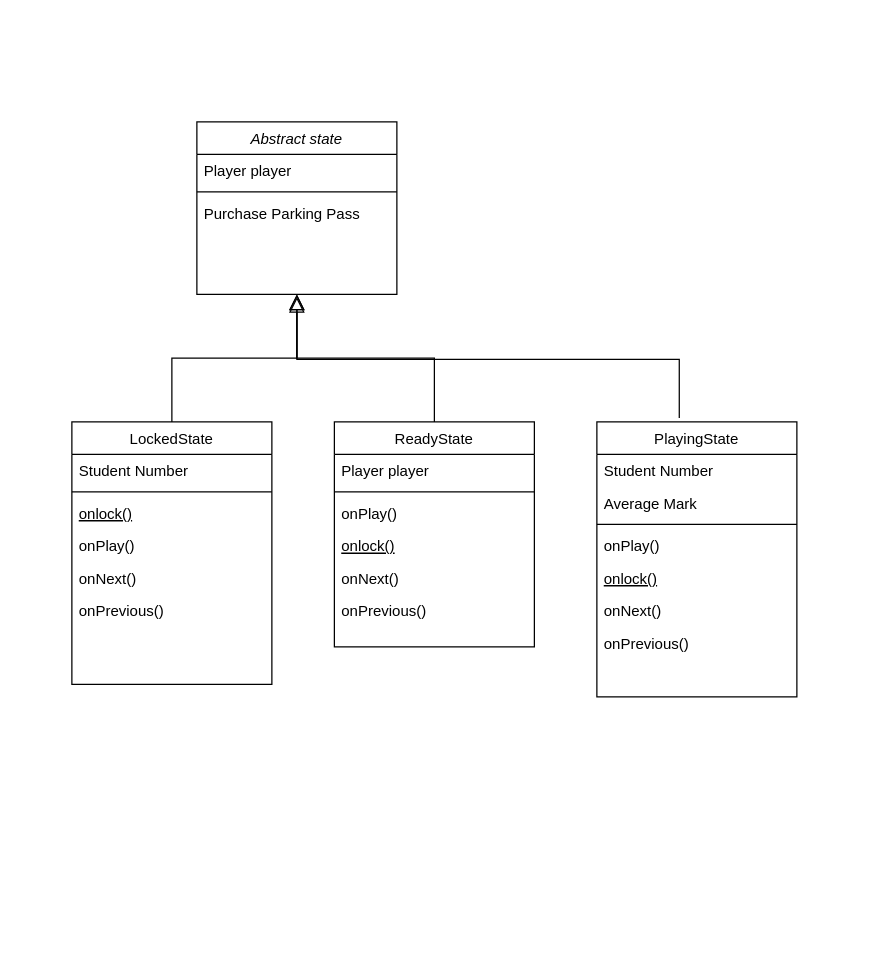
Above: DesignPattern/build/classes/gof/State/labWork/stateDiagram.drawio in mfarhankhann/Design-pattern (draw.io), before the change. Source tidied: cells renumbered, new cells numbered last; positions are measured from the earlier drawing's top-left corner, leaving out a move shared by most shapes. Both pictures are drawn from the tidied source at 125%, with x=0, y=0 at pixel (71, 121).
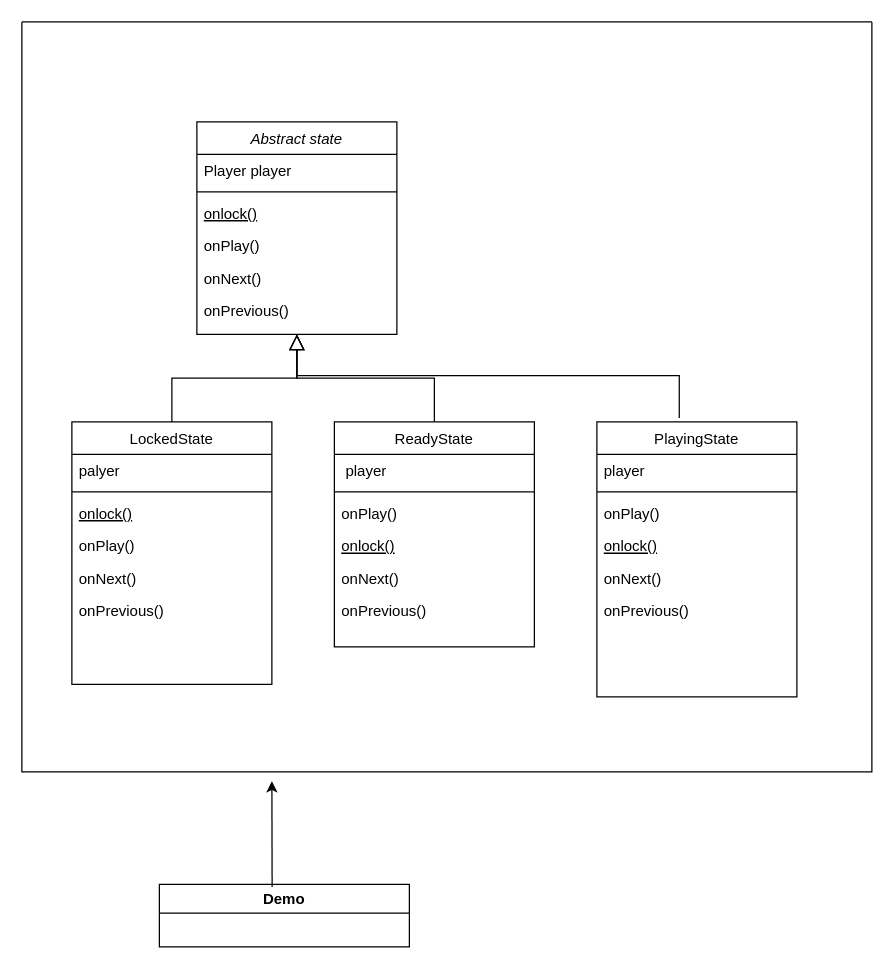
The same page after the edit.

The change refers to these unchanged cells:
```xml
<mxCell id="6" value="LockedState" style="swimlane;fontStyle=0;align=center;verticalAlign=top;horizontal=1;startSize=26;rounded=0;shadow=0;strokeWidth=1;" parent="1" vertex="1">
  <mxGeometry y="240" width="160" height="210" as="geometry" />
</mxCell>
<mxCell id="14" value="ReadyState" style="swimlane;fontStyle=0;align=center;verticalAlign=top;horizontal=1;startSize=26;rounded=0;shadow=0;strokeWidth=1;" parent="1" vertex="1">
  <mxGeometry x="210" y="240" width="160" height="180" as="geometry" />
</mxCell>
<mxCell id="22" value="PlayingState" style="swimlane;fontStyle=0;align=center;verticalAlign=top;horizontal=1;startSize=26;rounded=0;shadow=0;strokeWidth=1;" parent="1" vertex="1">
  <mxGeometry x="420" y="240" width="160" height="220" as="geometry" />
</mxCell>
```

The edit, as a diff of the source:
```diff
@@
     <mxCell id="2" value="Abstract state" style="swimlane;fontStyle=2;align=center;verticalAlign=top;horizontal=1;startSize=26;rounded=0;shadow=0;strokeWidth=1;" parent="1" vertex="1">
-      <mxGeometry x="100" width="160" height="138" as="geometry" />
+      <mxGeometry x="100" width="160" height="170" as="geometry" />
     </mxCell>
@@
-    <mxCell id="5" value="Purchase Parking Pass" style="text;align=left;verticalAlign=top;spacingLeft=4;spacingRight=4;overflow=hidden;" parent="2" vertex="1">
-      <mxGeometry y="60" width="160" height="26" as="geometry" />
-    </mxCell>
+    <mxCell id="31" value="onlock()" style="text;align=left;verticalAlign=top;spacingLeft=4;spacingRight=4;overflow=hidden;fontStyle=4;" parent="2" vertex="1">
+      <mxGeometry y="60" width="160" height="26" as="geometry" />
+    </mxCell>
+    <mxCell id="32" value="onPlay()" style="text;align=left;verticalAlign=top;spacingLeft=4;spacingRight=4;overflow=hidden;" parent="2" vertex="1">
+      <mxGeometry y="86" width="160" height="26" as="geometry" />
+    </mxCell>
+    <mxCell id="33" value="onNext()" style="text;align=left;verticalAlign=top;spacingLeft=4;spacingRight=4;overflow=hidden;" parent="2" vertex="1">
+      <mxGeometry y="112" width="160" height="26" as="geometry" />
+    </mxCell>
+    <mxCell id="34" value="onPrevious()" style="text;align=left;verticalAlign=top;spacingLeft=4;spacingRight=4;overflow=hidden;" parent="2" vertex="1">
+      <mxGeometry y="138" width="160" height="26" as="geometry" />
+    </mxCell>
@@
-    <mxCell id="7" value="Student Number" style="text;align=left;verticalAlign=top;spacingLeft=4;spacingRight=4;overflow=hidden;" parent="6" vertex="1">
+    <mxCell id="7" value="palyer" style="text;align=left;verticalAlign=top;spacingLeft=4;spacingRight=4;overflow=hidden;" parent="6" vertex="1">
       <mxGeometry y="26" width="160" height="26" as="geometry" />
     </mxCell>
@@
-    <mxCell id="15" value="Player player" style="text;align=left;verticalAlign=top;spacingLeft=4;spacingRight=4;overflow=hidden;" parent="14" vertex="1">
+    <mxCell id="15" value=" player" style="text;align=left;verticalAlign=top;spacingLeft=4;spacingRight=4;overflow=hidden;" parent="14" vertex="1">
       <mxGeometry y="26" width="160" height="26" as="geometry" />
     </mxCell>
@@
-    <mxCell id="23" value="Student Number" style="text;align=left;verticalAlign=top;spacingLeft=4;spacingRight=4;overflow=hidden;" parent="22" vertex="1">
+    <mxCell id="23" value="player" style="text;align=left;verticalAlign=top;spacingLeft=4;spacingRight=4;overflow=hidden;" parent="22" vertex="1">
       <mxGeometry y="26" width="160" height="26" as="geometry" />
     </mxCell>
-    <mxCell id="24" value="Average Mark" style="text;align=left;verticalAlign=top;spacingLeft=4;spacingRight=4;overflow=hidden;rounded=0;shadow=0;html=0;" parent="22" vertex="1">
-      <mxGeometry y="52" width="160" height="26" as="geometry" />
-    </mxCell>
     <mxCell id="25" style="line;html=1;strokeWidth=1;align=left;verticalAlign=middle;spacingTop=-1;spacingLeft=3;spacingRight=3;labelPosition=right;" parent="22" vertex="1">
-      <mxGeometry y="78" width="160" height="8" as="geometry" />
+      <mxGeometry y="52" width="160" height="8" as="geometry" />
     </mxCell>
     <mxCell id="26" value="onPlay()" style="text;align=left;verticalAlign=top;spacingLeft=4;spacingRight=4;overflow=hidden;" parent="22" vertex="1">
-      <mxGeometry y="86" width="160" height="26" as="geometry" />
+      <mxGeometry y="60" width="160" height="26" as="geometry" />
     </mxCell>
     <mxCell id="27" value="onlock()" style="text;align=left;verticalAlign=top;spacingLeft=4;spacingRight=4;overflow=hidden;fontStyle=4;" parent="22" vertex="1">
-      <mxGeometry y="112" width="160" height="26" as="geometry" />
+      <mxGeometry y="86" width="160" height="26" as="geometry" />
     </mxCell>
     <mxCell id="28" value="onNext()" style="text;align=left;verticalAlign=top;spacingLeft=4;spacingRight=4;overflow=hidden;" parent="22" vertex="1">
-      <mxGeometry y="138" width="160" height="26" as="geometry" />
+      <mxGeometry y="112" width="160" height="26" as="geometry" />
     </mxCell>
     <mxCell id="29" value="onPrevious()" style="text;align=left;verticalAlign=top;spacingLeft=4;spacingRight=4;overflow=hidden;" parent="22" vertex="1">
-      <mxGeometry y="164" width="160" height="26" as="geometry" />
+      <mxGeometry y="138" width="160" height="26" as="geometry" />
     </mxCell>
     <mxCell id="30" style="endArrow=block;endSize=10;endFill=0;shadow=0;strokeWidth=1;rounded=0;edgeStyle=elbowEdgeStyle;elbow=vertical;exitX=0.412;exitY=-0.014;exitDx=0;exitDy=0;exitPerimeter=0;" parent="1" edge="1" source="22">
       <mxGeometry relative="1" as="geometry">
-        <mxPoint x="180" y="140" as="targetPoint" />
-        <Array as="points">
-          <mxPoint x="330" y="190" />
-        </Array>
+        <mxPoint x="180" y="170" as="targetPoint" />
       </mxGeometry>
     </mxCell>
+    <mxCell id="35" style="swimlane;startSize=0;" parent="1" vertex="1">
+      <mxGeometry x="-40" y="-80" width="680" height="600" as="geometry" />
+    </mxCell>
+    <mxCell id="36" value="Demo" style="swimlane;whiteSpace=wrap;html=1;" parent="1" vertex="1">
+      <mxGeometry x="70" y="610" width="200" height="50" as="geometry" />
+    </mxCell>
+    <mxCell id="37" style="endArrow=classic;html=1;rounded=0;exitX=0.451;exitY=0.042;exitDx=0;exitDy=0;exitPerimeter=0;entryX=0.365;entryY=1.008;entryDx=0;entryDy=0;entryPerimeter=0;" parent="1" edge="1" source="36">
+      <mxGeometry relative="1" as="geometry">
+        <mxPoint x="160" y="527.4" as="targetPoint" />
+      </mxGeometry>
+    </mxCell>
```
